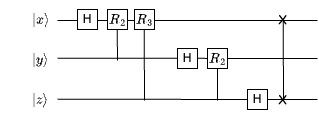
abrege11/quantum-algorithm-education keeps this draw.io diagram as assets/qft-specific-diagram.png. Above is the earlier version. Source tidied: cells renumbered, new cells last; positions are measured from the earlier drawing's top-left corner, leaving out a move shared by most shapes.
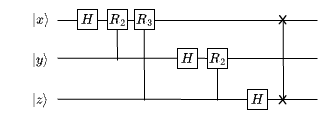
The same file after the commit.

The edit, as a diff of the source:
```diff
@@ -29,7 +29,7 @@
     <mxCell id="7" value="$$\ket{z}$$" style="text;html=1;align=center;verticalAlign=middle;strokeColor=none;fillColor=none;" parent="1" vertex="1">
       <mxGeometry y="80" width="80" height="30" as="geometry" />
     </mxCell>
-    <mxCell id="8" value="H" style="whiteSpace=wrap;html=1;" parent="1" vertex="1">
+    <mxCell id="8" value="$$H$$" style="whiteSpace=wrap;html=1;" parent="1" vertex="1">
       <mxGeometry x="77" y="5" width="20" height="20" as="geometry" />
     </mxCell>
     <mxCell id="9" value="$$R_2$$" style="whiteSpace=wrap;html=1;" parent="1" vertex="1">
@@ -38,7 +38,7 @@
     <mxCell id="10" value="$$R_3$$" style="whiteSpace=wrap;html=1;" parent="1" vertex="1">
       <mxGeometry x="134" y="5" width="20" height="20" as="geometry" />
     </mxCell>
-    <mxCell id="11" value="H" style="whiteSpace=wrap;html=1;" parent="1" vertex="1">
+    <mxCell id="11" value="$$H$$" style="whiteSpace=wrap;html=1;" parent="1" vertex="1">
       <mxGeometry x="177" y="44" width="20" height="20" as="geometry" />
     </mxCell>
     <mxCell id="12" value="$$R_2$$" style="whiteSpace=wrap;html=1;" parent="1" vertex="1">
@@ -74,7 +74,7 @@
         <mxPoint x="217" y="64" as="targetPoint" />
       </mxGeometry>
     </mxCell>
-    <mxCell id="19" value="H" style="whiteSpace=wrap;html=1;" parent="1" vertex="1">
+    <mxCell id="19" value="$$H$$" style="whiteSpace=wrap;html=1;" parent="1" vertex="1">
       <mxGeometry x="247" y="85" width="20" height="20" as="geometry" />
     </mxCell>
   </root>
```
